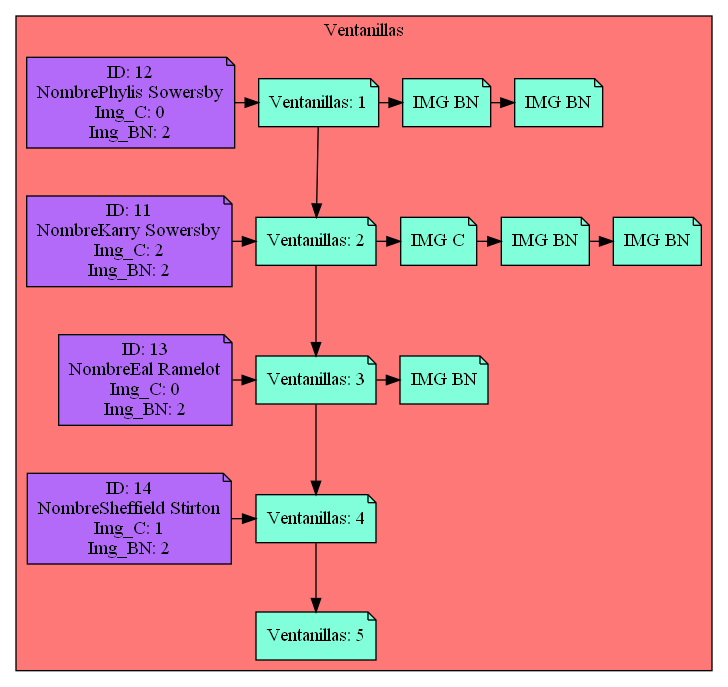
Before: Simple_Windows.png, a diagram exported from Graphviz (Serch-ING/EDD_UDRAWING_202000119). Its source is kept beside it as Simple_Windows.dot.
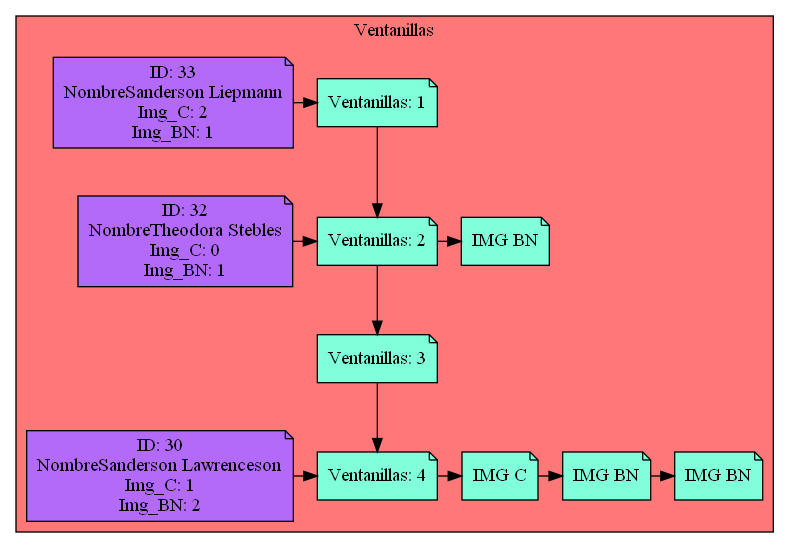
The same file after the commit.

Diff of the diagram source:
```diff
@@ -7,56 +7,41 @@
 Nodo1882554559[label="Ventanillas: 2",fillcolor="#81FFDA",group=2]
 Nodo694316372[label="Ventanillas: 3",fillcolor="#81FFDA",group=3]
 Nodo1516500233[label="Ventanillas: 4",fillcolor="#81FFDA",group=4]
-Nodo1850180796[label="Ventanillas: 5",fillcolor="#81FFDA",group=5]
 
 Nodo1661081225 -> Nodo1882554559
 
-Cliente1594199808[label="ID: 12
-NombrePhylis Sowersby
-Img_C: 0
-Img_BN: 2",fillcolor="#B36AF9",group=1]
-Cliente1594199808-> Nodo1661081225
-Nodo306115458[label="IMG BN",fillcolor="#81FFDA"]
-Nodo1201484275[label="IMG BN",fillcolor="#81FFDA"]
-Nodo306115458 -> Nodo1201484275
-
-Nodo1661081225 -> Nodo306115458
-
-{rank=same;Nodo1661081225,Cliente1594199808,Nodo306115458,Nodo1201484275}
+Cliente119358627[label="ID: 33
+NombreSanderson Liepmann
+Img_C: 2
+Img_BN: 1",fillcolor="#B36AF9",group=1]
+Cliente119358627-> Nodo1661081225
+{rank=same;Nodo1661081225,Cliente119358627}
 Nodo1882554559 -> Nodo694316372
 
-Cliente58940486[label="ID: 11
-NombreKarry Sowersby
-Img_C: 2
-Img_BN: 2",fillcolor="#B36AF9",group=2]
-Cliente58940486-> Nodo1882554559
-Nodo230643635[label="IMG C",fillcolor="#81FFDA"]
-Nodo1089418272[label="IMG BN",fillcolor="#81FFDA"]
-Nodo422396878[label="IMG BN",fillcolor="#81FFDA"]
-Nodo230643635 -> Nodo1089418272
-Nodo1089418272 -> Nodo422396878
+Cliente1108924067[label="ID: 32
+NombreTheodora Stebles
+Img_C: 0
+Img_BN: 1",fillcolor="#B36AF9",group=2]
+Cliente1108924067-> Nodo1882554559
+Nodo2073621255[label="IMG BN",fillcolor="#81FFDA"]
 
-Nodo1882554559 -> Nodo230643635
+Nodo1882554559 -> Nodo2073621255
 
-{rank=same;Nodo1882554559,Cliente58940486,Nodo230643635,Nodo1089418272,Nodo422396878}
+{rank=same;Nodo1882554559,Cliente1108924067,Nodo2073621255}
 Nodo694316372 -> Nodo1516500233
 
-Cliente1233990028[label="ID: 13
-NombreEal Ramelot
-Img_C: 0
-Img_BN: 2",fillcolor="#B36AF9",group=3]
-Cliente1233990028-> Nodo694316372
-Nodo944427387[label="IMG BN",fillcolor="#81FFDA"]
-
-Nodo694316372 -> Nodo944427387
-
-{rank=same;Nodo694316372,Cliente1233990028,Nodo944427387}
-Nodo1516500233 -> Nodo1850180796
-
-Cliente1636182655[label="ID: 14
-NombreSheffield Stirton
+{rank=same;Nodo694316372}
+Cliente2088445230[label="ID: 30
+NombreSanderson Lawrenceson
 Img_C: 1
 Img_BN: 2",fillcolor="#B36AF9",group=4]
-Cliente1636182655-> Nodo1516500233
-{rank=same;Nodo1516500233,Cliente1636182655}
-{rank=same;Nodo1850180796}}}
+Cliente2088445230-> Nodo1516500233
+Nodo1208121709[label="IMG C",fillcolor="#81FFDA"]
+Nodo348984985[label="IMG BN",fillcolor="#81FFDA"]
+Nodo129153987[label="IMG BN",fillcolor="#81FFDA"]
+Nodo1208121709 -> Nodo348984985
+Nodo348984985 -> Nodo129153987
+
+Nodo1516500233 -> Nodo1208121709
+
+{rank=same;Nodo1516500233,Cliente2088445230,Nodo1208121709,Nodo348984985,Nodo129153987}}}
```
